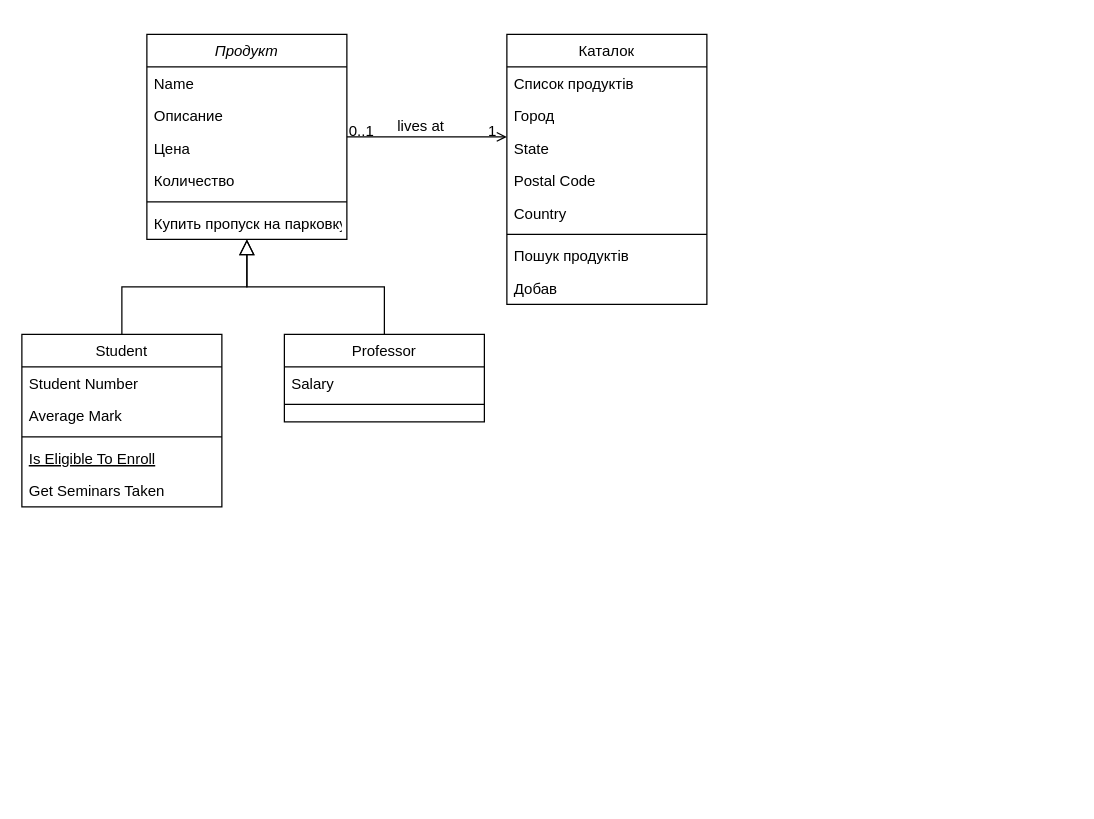
Above: АТБ.drawio in CeriiZedF/DiagramsJava (draw.io), before the change. Source tidied: cells renumbered, new cells numbered last; positions are measured from the earlier drawing's top-left corner, leaving out a move shared by most shapes. Both pictures are drawn from the tidied source at 125%, with x=0, y=0 at pixel (21, 34).
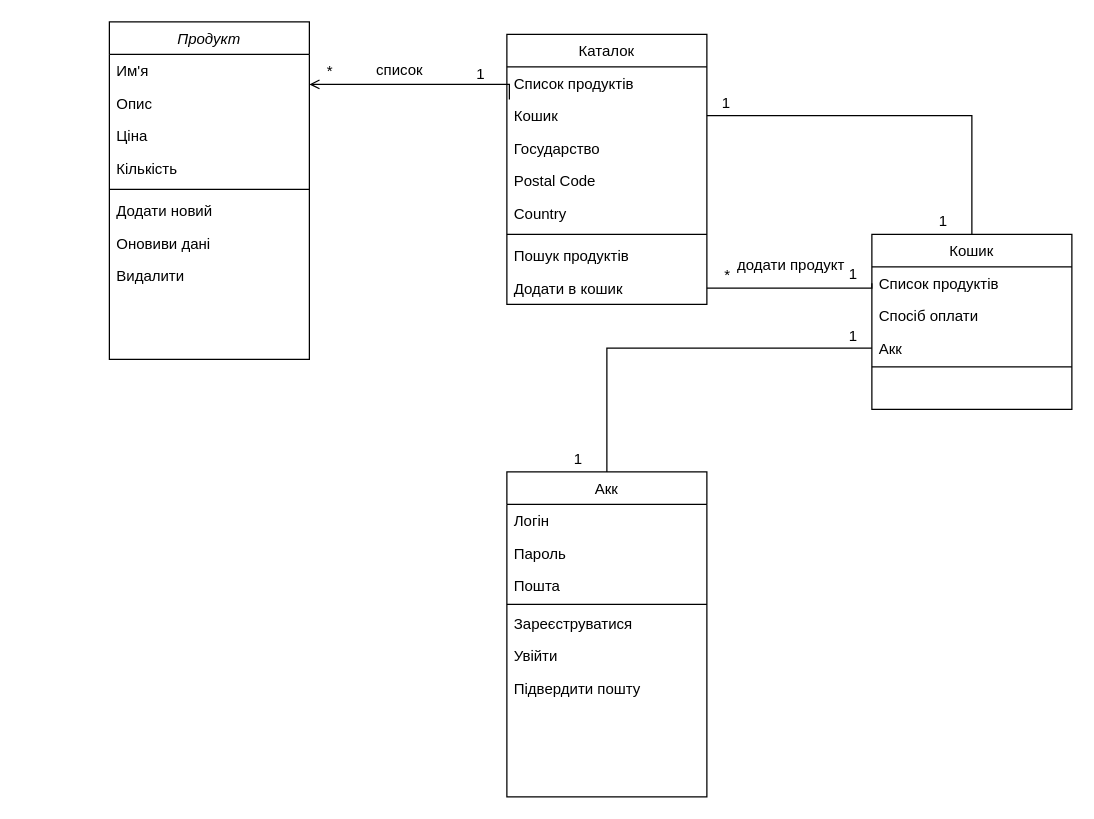
After the change.

Unchanged cells that the change refers to:
```xml
<mxCell id="20" value="Каталок" style="swimlane;fontStyle=0;align=center;verticalAlign=top;horizontal=1;startSize=26;rounded=0;shadow=0;strokeWidth=1;" parent="1" vertex="1">
  <mxGeometry x="388" width="160" height="216" as="geometry" />
</mxCell>
```

Change to the diagram source:
```diff
@@
     <mxCell id="2" value="Продукт" style="swimlane;fontStyle=2;align=center;verticalAlign=top;horizontal=1;startSize=26;rounded=0;shadow=0;strokeWidth=1;" parent="1" vertex="1">
-      <mxGeometry x="100" width="160" height="164" as="geometry" />
+      <mxGeometry x="70" y="-10" width="160" height="270" as="geometry" />
     </mxCell>
-    <mxCell id="3" value="Name" style="text;align=left;verticalAlign=top;spacingLeft=4;spacingRight=4;overflow=hidden;" parent="2" vertex="1">
+    <mxCell id="3" value="Им'я" style="text;align=left;verticalAlign=top;spacingLeft=4;spacingRight=4;overflow=hidden;" parent="2" vertex="1">
       <mxGeometry y="26" width="160" height="26" as="geometry" />
     </mxCell>
-    <mxCell id="4" value="Описание" style="text;align=left;verticalAlign=top;spacingLeft=4;spacingRight=4;overflow=hidden;rounded=0;shadow=0;html=0;" parent="2" vertex="1">
+    <mxCell id="4" value="Опис" style="text;align=left;verticalAlign=top;spacingLeft=4;spacingRight=4;overflow=hidden;rounded=0;shadow=0;html=0;" parent="2" vertex="1">
       <mxGeometry y="52" width="160" height="26" as="geometry" />
     </mxCell>
-    <mxCell id="5" value="Цена" style="text;align=left;verticalAlign=top;spacingLeft=4;spacingRight=4;overflow=hidden;rounded=0;shadow=0;html=0;" parent="2" vertex="1">
+    <mxCell id="5" value="Ціна" style="text;align=left;verticalAlign=top;spacingLeft=4;spacingRight=4;overflow=hidden;rounded=0;shadow=0;html=0;" parent="2" vertex="1">
       <mxGeometry y="78" width="160" height="26" as="geometry" />
     </mxCell>
-    <mxCell id="6" value="Количество" style="text;align=left;verticalAlign=top;spacingLeft=4;spacingRight=4;overflow=hidden;rounded=0;shadow=0;html=0;" parent="2" vertex="1">
+    <mxCell id="6" value="Кількість" style="text;align=left;verticalAlign=top;spacingLeft=4;spacingRight=4;overflow=hidden;rounded=0;shadow=0;html=0;" parent="2" vertex="1">
       <mxGeometry y="104" width="160" height="26" as="geometry" />
     </mxCell>
@@
-    <mxCell id="8" value="Купить пропуск на парковку" style="text;align=left;verticalAlign=top;spacingLeft=4;spacingRight=4;overflow=hidden;" parent="2" vertex="1">
-      <mxGeometry y="138" width="160" height="26" as="geometry" />
-    </mxCell>
-    <mxCell id="9" value="Student" style="swimlane;fontStyle=0;align=center;verticalAlign=top;horizontal=1;startSize=26;rounded=0;shadow=0;strokeWidth=1;" parent="1" vertex="1">
-      <mxGeometry y="240" width="160" height="138" as="geometry" />
-    </mxCell>
-    <mxCell id="10" value="Student Number" style="text;align=left;verticalAlign=top;spacingLeft=4;spacingRight=4;overflow=hidden;" parent="9" vertex="1">
-      <mxGeometry y="26" width="160" height="26" as="geometry" />
-    </mxCell>
-    <mxCell id="11" value="Average Mark" style="text;align=left;verticalAlign=top;spacingLeft=4;spacingRight=4;overflow=hidden;rounded=0;shadow=0;html=0;" parent="9" vertex="1">
-      <mxGeometry y="52" width="160" height="26" as="geometry" />
-    </mxCell>
-    <mxCell id="12" style="line;html=1;strokeWidth=1;align=left;verticalAlign=middle;spacingTop=-1;spacingLeft=3;spacingRight=3;labelPosition=right;" parent="9" vertex="1">
-      <mxGeometry y="78" width="160" height="8" as="geometry" />
-    </mxCell>
-    <mxCell id="13" value="Is Eligible To Enroll" style="text;align=left;verticalAlign=top;spacingLeft=4;spacingRight=4;overflow=hidden;fontStyle=4;" parent="9" vertex="1">
-      <mxGeometry y="86" width="160" height="26" as="geometry" />
-    </mxCell>
-    <mxCell id="14" value="Get Seminars Taken" style="text;align=left;verticalAlign=top;spacingLeft=4;spacingRight=4;overflow=hidden;" parent="9" vertex="1">
-      <mxGeometry y="112" width="160" height="26" as="geometry" />
-    </mxCell>
-    <mxCell id="15" style="endArrow=block;endSize=10;endFill=0;shadow=0;strokeWidth=1;rounded=0;curved=0;edgeStyle=elbowEdgeStyle;elbow=vertical;" parent="1" edge="1" source="9" target="2">
-      <mxGeometry relative="1" as="geometry" />
-    </mxCell>
+    <mxCell id="33" value="Додати новий" style="text;align=left;verticalAlign=top;spacingLeft=4;spacingRight=4;overflow=hidden;rounded=0;shadow=0;html=0;" parent="2" vertex="1">
+      <mxGeometry y="138" width="160" height="26" as="geometry" />
+    </mxCell>
+    <mxCell id="34" value="Оновиви дані" style="text;align=left;verticalAlign=top;spacingLeft=4;spacingRight=4;overflow=hidden;rounded=0;shadow=0;html=0;" parent="2" vertex="1">
+      <mxGeometry y="164" width="160" height="26" as="geometry" />
+    </mxCell>
+    <mxCell id="35" value="Видалити" style="text;align=left;verticalAlign=top;spacingLeft=4;spacingRight=4;overflow=hidden;rounded=0;shadow=0;html=0;" parent="2" vertex="1">
+      <mxGeometry y="190" width="160" height="26" as="geometry" />
+    </mxCell>
-    <mxCell id="16" value="Professor" style="swimlane;fontStyle=0;align=center;verticalAlign=top;horizontal=1;startSize=26;rounded=0;shadow=0;strokeWidth=1;" parent="1" vertex="1">
-      <mxGeometry x="210" y="240" width="160" height="70" as="geometry" />
+    <mxCell id="16" value="Акк" style="swimlane;fontStyle=0;align=center;verticalAlign=top;horizontal=1;startSize=26;rounded=0;shadow=0;strokeWidth=1;" parent="1" vertex="1">
+      <mxGeometry x="388" y="350" width="160" height="260" as="geometry" />
     </mxCell>
-    <mxCell id="17" value="Salary" style="text;align=left;verticalAlign=top;spacingLeft=4;spacingRight=4;overflow=hidden;" parent="16" vertex="1">
+    <mxCell id="17" value="Логін" style="text;align=left;verticalAlign=top;spacingLeft=4;spacingRight=4;overflow=hidden;" parent="16" vertex="1">
       <mxGeometry y="26" width="160" height="26" as="geometry" />
     </mxCell>
+    <mxCell id="36" value="Пароль" style="text;align=left;verticalAlign=top;spacingLeft=4;spacingRight=4;overflow=hidden;" parent="16" vertex="1">
+      <mxGeometry y="52" width="160" height="26" as="geometry" />
+    </mxCell>
+    <mxCell id="37" value="Пошта" style="text;align=left;verticalAlign=top;spacingLeft=4;spacingRight=4;overflow=hidden;" parent="16" vertex="1">
+      <mxGeometry y="78" width="160" height="26" as="geometry" />
+    </mxCell>
     <mxCell id="18" style="line;html=1;strokeWidth=1;align=left;verticalAlign=middle;spacingTop=-1;spacingLeft=3;spacingRight=3;labelPosition=right;" parent="16" vertex="1">
-      <mxGeometry y="52" width="160" height="8" as="geometry" />
+      <mxGeometry y="104" width="160" height="4" as="geometry" />
     </mxCell>
-    <mxCell id="19" style="endArrow=block;endSize=10;endFill=0;shadow=0;strokeWidth=1;rounded=0;curved=0;edgeStyle=elbowEdgeStyle;elbow=vertical;" parent="1" edge="1" source="16" target="2">
-      <mxGeometry relative="1" as="geometry" />
-    </mxCell>
+    <mxCell id="38" value="Зареєструватися" style="text;align=left;verticalAlign=top;spacingLeft=4;spacingRight=4;overflow=hidden;" parent="16" vertex="1">
+      <mxGeometry y="108" width="160" height="26" as="geometry" />
+    </mxCell>
+    <mxCell id="39" value="Увійти" style="text;align=left;verticalAlign=top;spacingLeft=4;spacingRight=4;overflow=hidden;" parent="16" vertex="1">
+      <mxGeometry y="134" width="160" height="26" as="geometry" />
+    </mxCell>
+    <mxCell id="40" value="Підвердити пошту" style="text;align=left;verticalAlign=top;spacingLeft=4;spacingRight=4;overflow=hidden;" parent="16" vertex="1">
+      <mxGeometry y="160" width="160" height="26" as="geometry" />
+    </mxCell>
@@
-    <mxCell id="22" value="Город" style="text;align=left;verticalAlign=top;spacingLeft=4;spacingRight=4;overflow=hidden;points=[[0,0.5],[1,0.5]];portConstraint=eastwest;rounded=0;shadow=0;html=0;" parent="20" vertex="1">
+    <mxCell id="22" value="Кошик" style="text;align=left;verticalAlign=top;spacingLeft=4;spacingRight=4;overflow=hidden;points=[[0,0.5],[1,0.5]];portConstraint=eastwest;rounded=0;shadow=0;html=0;" parent="20" vertex="1">
       <mxGeometry y="52" width="160" height="26" as="geometry" />
     </mxCell>
-    <mxCell id="23" value="State" style="text;align=left;verticalAlign=top;spacingLeft=4;spacingRight=4;overflow=hidden;rounded=0;shadow=0;html=0;" parent="20" vertex="1">
+    <mxCell id="23" value="Государство" style="text;align=left;verticalAlign=top;spacingLeft=4;spacingRight=4;overflow=hidden;rounded=0;shadow=0;html=0;" parent="20" vertex="1">
       <mxGeometry y="78" width="160" height="26" as="geometry" />
     </mxCell>
@@
-    <mxCell id="28" value="Добав" style="text;align=left;verticalAlign=top;spacingLeft=4;spacingRight=4;overflow=hidden;points=[[0,0.5],[1,0.5]];portConstraint=eastwest;" parent="20" vertex="1">
+    <mxCell id="28" value="Додати в кошик" style="text;align=left;verticalAlign=top;spacingLeft=4;spacingRight=4;overflow=hidden;points=[[0,0.5],[1,0.5]];portConstraint=eastwest;" parent="20" vertex="1">
       <mxGeometry y="190" width="160" height="26" as="geometry" />
     </mxCell>
-    <mxCell id="29" style="endArrow=open;shadow=0;strokeWidth=1;rounded=0;curved=0;endFill=1;edgeStyle=elbowEdgeStyle;elbow=vertical;" parent="1" edge="1" source="2" target="20">
+    <mxCell id="29" style="endArrow=open;shadow=0;strokeWidth=1;rounded=0;curved=0;endFill=1;edgeStyle=elbowEdgeStyle;elbow=vertical;" parent="1" edge="1" source="22" target="2">
       <mxGeometry x="0.5" y="41" relative="1" as="geometry">
+        <Array as="points">
+          <mxPoint x="390" y="40" />
+        </Array>
         <mxPoint x="-40" y="32" as="offset" />
       </mxGeometry>
     </mxCell>
-    <mxCell id="30" value="0..1" style="align=left;verticalAlign=bottom;labelBackgroundColor=none;fontSize=12;" parent="29" vertex="1">
+    <mxCell id="30" value="1" style="align=left;verticalAlign=bottom;labelBackgroundColor=none;fontSize=12;" parent="29" vertex="1">
       <mxGeometry x="-1" relative="1" as="geometry">
-        <mxPoint y="4" as="offset" />
+        <mxPoint x="-28" y="-12" as="offset" />
       </mxGeometry>
     </mxCell>
-    <mxCell id="31" value="1" style="align=right;verticalAlign=bottom;labelBackgroundColor=none;fontSize=12;" parent="29" vertex="1">
+    <mxCell id="31" value="*" style="align=right;verticalAlign=bottom;labelBackgroundColor=none;fontSize=12;" parent="29" vertex="1">
       <mxGeometry x="1" relative="1" as="geometry">
-        <mxPoint x="-7" y="4" as="offset" />
+        <mxPoint x="20" y="-2" as="offset" />
       </mxGeometry>
     </mxCell>
-    <mxCell id="32" value="lives at" style="text;html=1;align=center;verticalAlign=middle;labelBackgroundColor=none;rounded=0;shadow=0;strokeWidth=1;fontSize=12;" parent="29" vertex="1">
+    <mxCell id="32" value="список" style="text;html=1;align=center;verticalAlign=middle;labelBackgroundColor=none;rounded=0;shadow=0;strokeWidth=1;fontSize=12;" parent="29" vertex="1">
       <mxGeometry x="0.5" y="49" relative="1" as="geometry">
-        <mxPoint x="-38" y="40" as="offset" />
+        <mxPoint x="28" y="-61" as="offset" />
       </mxGeometry>
     </mxCell>
+    <mxCell id="41" value="Кошик" style="swimlane;fontStyle=0;align=center;verticalAlign=top;horizontal=1;startSize=26;rounded=0;shadow=0;strokeWidth=1;" parent="1" vertex="1">
+      <mxGeometry x="680" y="160" width="160" height="140" as="geometry" />
+    </mxCell>
+    <mxCell id="42" value="Список продуктів" style="text;align=left;verticalAlign=top;spacingLeft=4;spacingRight=4;overflow=hidden;points=[[0,0.5],[1,0.5]];portConstraint=eastwest;" parent="41" vertex="1">
+      <mxGeometry y="26" width="160" height="26" as="geometry" />
+    </mxCell>
+    <mxCell id="43" value="Спосіб оплати" style="text;align=left;verticalAlign=top;spacingLeft=4;spacingRight=4;overflow=hidden;" parent="41" vertex="1">
+      <mxGeometry y="52" width="160" height="26" as="geometry" />
+    </mxCell>
+    <mxCell id="44" value="Акк" style="text;align=left;verticalAlign=top;spacingLeft=4;spacingRight=4;overflow=hidden;points=[[0,0.5],[1,0.5]];portConstraint=eastwest;" parent="41" vertex="1">
+      <mxGeometry y="78" width="160" height="26" as="geometry" />
+    </mxCell>
+    <mxCell id="45" style="line;html=1;strokeWidth=1;align=left;verticalAlign=middle;spacingTop=-1;spacingLeft=3;spacingRight=3;labelPosition=right;" parent="41" vertex="1">
+      <mxGeometry y="104" width="160" height="4" as="geometry" />
+    </mxCell>
+    <mxCell id="46" style="endArrow=none;shadow=0;strokeWidth=1;rounded=0;curved=0;endFill=0;edgeStyle=elbowEdgeStyle;elbow=vertical;exitX=0.5;exitY=0;exitDx=0;exitDy=0;entryX=1;entryY=0.5;entryDx=0;entryDy=0;" parent="1" edge="1" source="41" target="22">
+      <mxGeometry x="0.5" y="41" relative="1" as="geometry">
+        <Array as="points">
+          <mxPoint x="640" y="65" />
+        </Array>
+        <mxPoint x="-40" y="32" as="offset" />
+      </mxGeometry>
+    </mxCell>
+    <mxCell id="47" value="1" style="align=left;verticalAlign=bottom;labelBackgroundColor=none;fontSize=12;" parent="46" vertex="1">
+      <mxGeometry x="-1" relative="1" as="geometry">
+        <mxPoint x="-28" y="-2" as="offset" />
+      </mxGeometry>
+    </mxCell>
+    <mxCell id="48" value="1" style="align=right;verticalAlign=bottom;labelBackgroundColor=none;fontSize=12;" parent="46" vertex="1">
+      <mxGeometry x="1" relative="1" as="geometry">
+        <mxPoint x="20" y="-2" as="offset" />
+      </mxGeometry>
+    </mxCell>
+    <mxCell id="49" style="endArrow=none;shadow=0;strokeWidth=1;rounded=0;curved=0;endFill=0;edgeStyle=elbowEdgeStyle;elbow=vertical;exitX=0.5;exitY=0;exitDx=0;exitDy=0;entryX=0;entryY=0.5;entryDx=0;entryDy=0;" parent="1" edge="1" source="16" target="44">
+      <mxGeometry x="0.5" y="41" relative="1" as="geometry">
+        <Array as="points">
+          <mxPoint x="560" y="251" />
+        </Array>
+        <mxPoint x="-40" y="32" as="offset" />
+      </mxGeometry>
+    </mxCell>
+    <mxCell id="50" value="1" style="align=left;verticalAlign=bottom;labelBackgroundColor=none;fontSize=12;" parent="49" vertex="1">
+      <mxGeometry x="-1" relative="1" as="geometry">
+        <mxPoint x="-28" y="-2" as="offset" />
+      </mxGeometry>
+    </mxCell>
+    <mxCell id="51" value="1" style="align=left;verticalAlign=bottom;labelBackgroundColor=none;fontSize=12;" parent="1" vertex="1">
+      <mxGeometry x="660" y="250" as="geometry" />
+    </mxCell>
+    <mxCell id="52" style="endArrow=none;shadow=0;strokeWidth=1;rounded=0;curved=0;endFill=0;edgeStyle=elbowEdgeStyle;elbow=vertical;entryX=1;entryY=0.5;entryDx=0;entryDy=0;exitX=0;exitY=0.5;exitDx=0;exitDy=0;" parent="1" edge="1" source="42" target="28">
+      <mxGeometry x="0.5" y="41" relative="1" as="geometry">
+        <Array as="points">
+          <mxPoint x="590" y="203" />
+          <mxPoint x="690" y="50" />
+          <mxPoint x="580" y="240" />
+          <mxPoint x="560" y="250" />
+          <mxPoint x="580" y="250" />
+          <mxPoint x="600" y="210" />
+        </Array>
+        <mxPoint x="-40" y="32" as="offset" />
+      </mxGeometry>
+    </mxCell>
+    <mxCell id="53" value="1" style="align=left;verticalAlign=bottom;labelBackgroundColor=none;fontSize=12;" parent="52" vertex="1">
+      <mxGeometry x="-1" relative="1" as="geometry">
+        <mxPoint x="-20" y="1" as="offset" />
+      </mxGeometry>
+    </mxCell>
+    <mxCell id="54" value="*" style="align=right;verticalAlign=bottom;labelBackgroundColor=none;fontSize=12;" parent="52" vertex="1">
+      <mxGeometry x="1" relative="1" as="geometry">
+        <mxPoint x="20" y="-2" as="offset" />
+      </mxGeometry>
+    </mxCell>
+    <mxCell id="55" value="додати продукт" style="text;html=1;align=center;verticalAlign=middle;labelBackgroundColor=none;rounded=0;shadow=0;strokeWidth=1;fontSize=12;" parent="1" vertex="1">
+      <mxGeometry x="610" y="180" as="geometry">
+        <mxPoint x="4" y="4" as="offset" />
+      </mxGeometry>
+    </mxCell>
```
